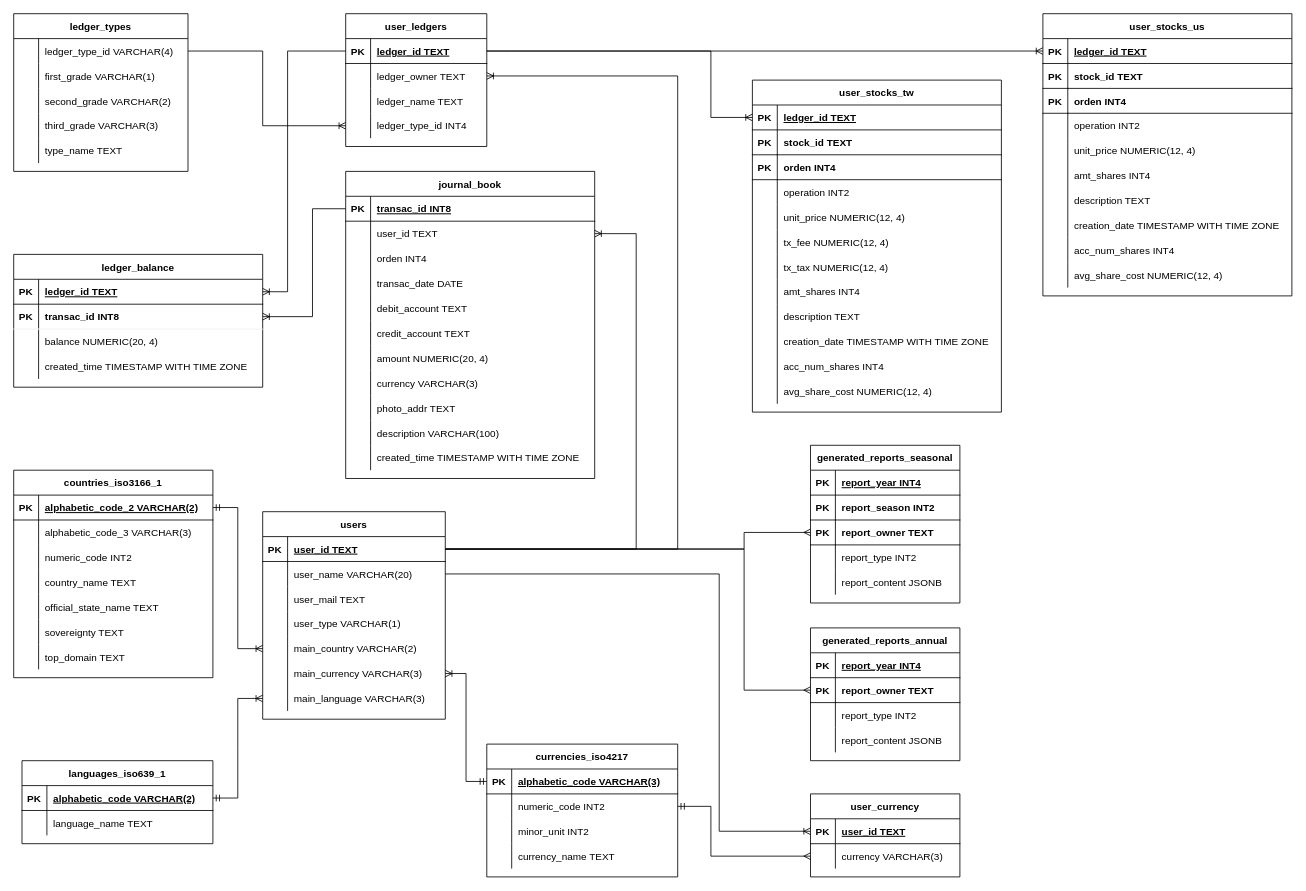
Above: rigel_ledger_schema.drawio in Walker088/rigel_ledger_server (draw.io), before the change. Source tidied: cells renumbered, new cells numbered last; positions are measured from the earlier drawing's top-left corner, leaving out a move shared by most shapes. Both pictures are drawn from the tidied source at 83%, with x=0, y=0 at pixel (13, 13).
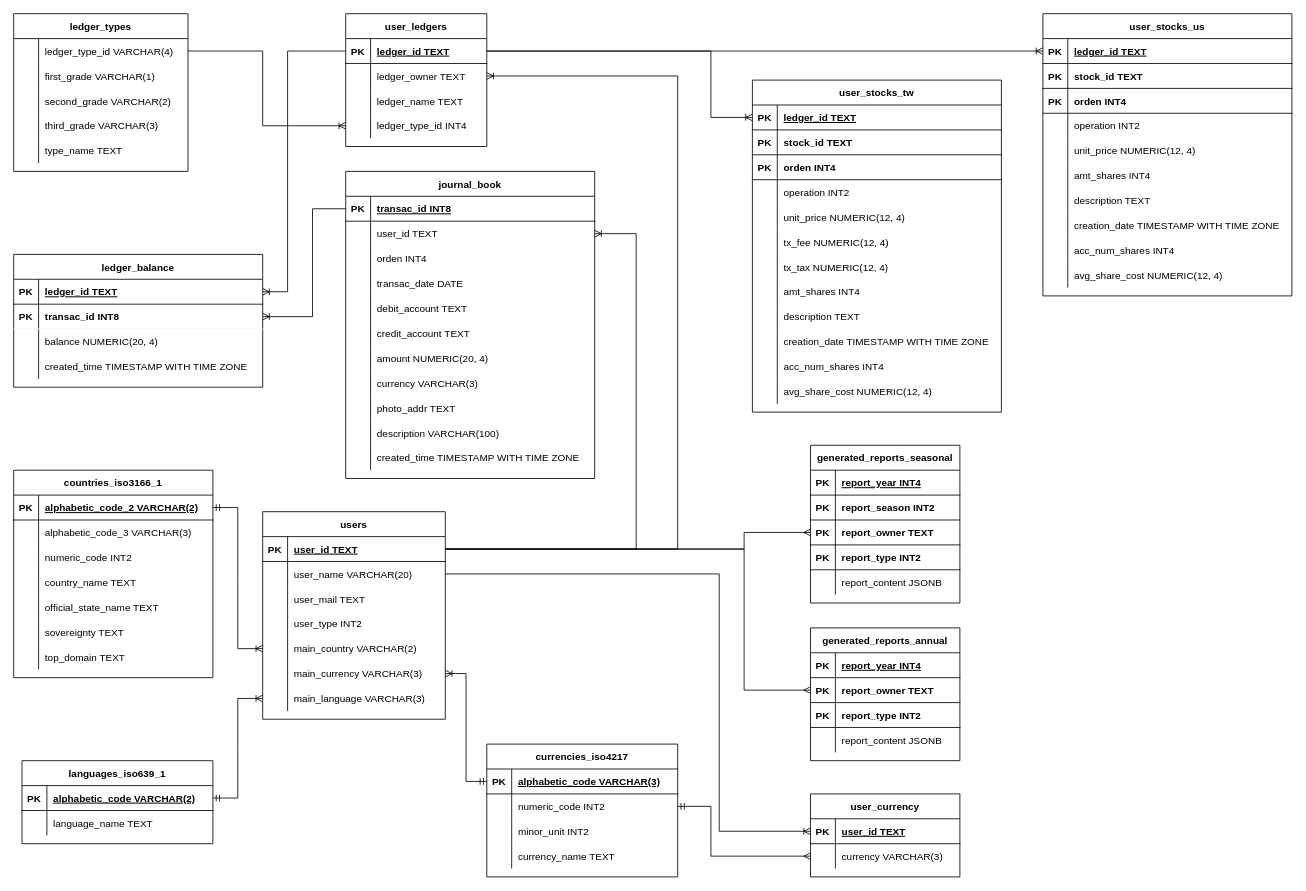
Above is the later version.

Unchanged cells that the change refers to:
```xml
<mxCell id="66" style="shape=tableRow;horizontal=0;startSize=0;swimlaneHead=0;swimlaneBody=0;fillColor=none;top=0;left=0;right=0;bottom=0;" parent="56" vertex="1">
  <mxGeometry y="120" width="220" height="30" as="geometry" />
</mxCell>
<mxCell id="236" style="shape=tableRow;horizontal=0;startSize=0;swimlaneHead=0;swimlaneBody=0;fillColor=none;top=0;left=0;right=0;bottom=0;" parent="229" vertex="1">
  <mxGeometry y="90" width="180" height="30" as="geometry" />
</mxCell>
<mxCell id="252" style="shape=tableRow;horizontal=0;startSize=0;swimlaneHead=0;swimlaneBody=0;fillColor=none;top=0;left=0;right=0;bottom=0;" parent="242" vertex="1">
  <mxGeometry y="120" width="180" height="30" as="geometry" />
</mxCell>
```

Change to the diagram source:
```diff
@@
-    <mxCell id="68" value="user_type VARCHAR(1)" style="shape=partialRectangle;overflow=hidden;fillColor=none;align=left;top=0;left=0;bottom=0;right=0;spacingLeft=6;" parent="66" vertex="1">
+    <mxCell id="68" value="user_type INT2" style="shape=partialRectangle;overflow=hidden;fillColor=none;align=left;top=0;left=0;bottom=0;right=0;spacingLeft=6;" parent="66" vertex="1">
       <mxGeometry x="30" width="190" height="30" as="geometry" />
     </mxCell>
@@
-    <mxCell id="237" style="shape=partialRectangle;overflow=hidden;fillColor=none;top=0;left=0;bottom=0;right=0;" parent="236" vertex="1">
+    <mxCell id="237" value="PK" style="shape=partialRectangle;overflow=hidden;fillColor=none;top=0;left=0;bottom=1;right=0;fontStyle=1;" parent="236" vertex="1">
       <mxGeometry width="30" height="30" as="geometry" />
     </mxCell>
-    <mxCell id="238" value="report_type INT2" style="shape=partialRectangle;overflow=hidden;fillColor=none;align=left;top=0;left=0;bottom=0;right=0;spacingLeft=6;" parent="236" vertex="1">
+    <mxCell id="238" value="report_type INT2" style="shape=partialRectangle;overflow=hidden;fillColor=none;align=left;top=0;left=0;bottom=1;right=0;spacingLeft=6;fontStyle=1;" parent="236" vertex="1">
       <mxGeometry x="30" width="150" height="30" as="geometry" />
     </mxCell>
@@
-    <mxCell id="253" style="shape=partialRectangle;overflow=hidden;fillColor=none;top=0;left=0;bottom=0;right=0;" parent="252" vertex="1">
+    <mxCell id="253" value="PK" style="shape=partialRectangle;overflow=hidden;fillColor=none;top=0;left=0;bottom=1;right=0;fontStyle=1;" parent="252" vertex="1">
       <mxGeometry width="30" height="30" as="geometry" />
     </mxCell>
-    <mxCell id="254" value="report_type INT2" style="shape=partialRectangle;overflow=hidden;fillColor=none;align=left;top=0;left=0;bottom=0;right=0;spacingLeft=6;" parent="252" vertex="1">
+    <mxCell id="254" value="report_type INT2" style="shape=partialRectangle;overflow=hidden;fillColor=none;align=left;top=0;left=0;bottom=1;right=0;spacingLeft=6;fontStyle=1;" parent="252" vertex="1">
       <mxGeometry x="30" width="150" height="30" as="geometry" />
     </mxCell>
```
